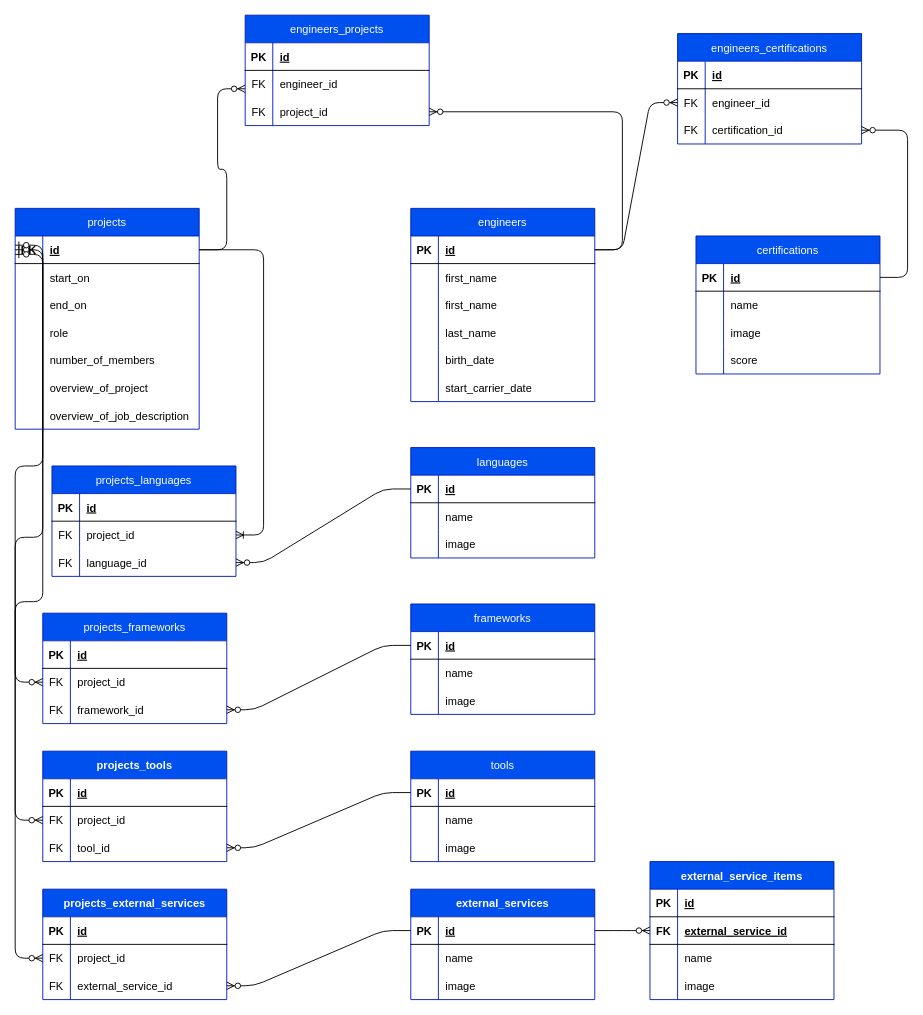
Above: tabels.dio in hiroki1216/engnr_prof_app (draw.io), before the change. Source tidied: cells renumbered, new cells numbered last; positions are measured from the earlier drawing's top-left corner, leaving out a move shared by most shapes. Both pictures are drawn from the tidied source at 92%, with x=0, y=0 at pixel (15, 15).
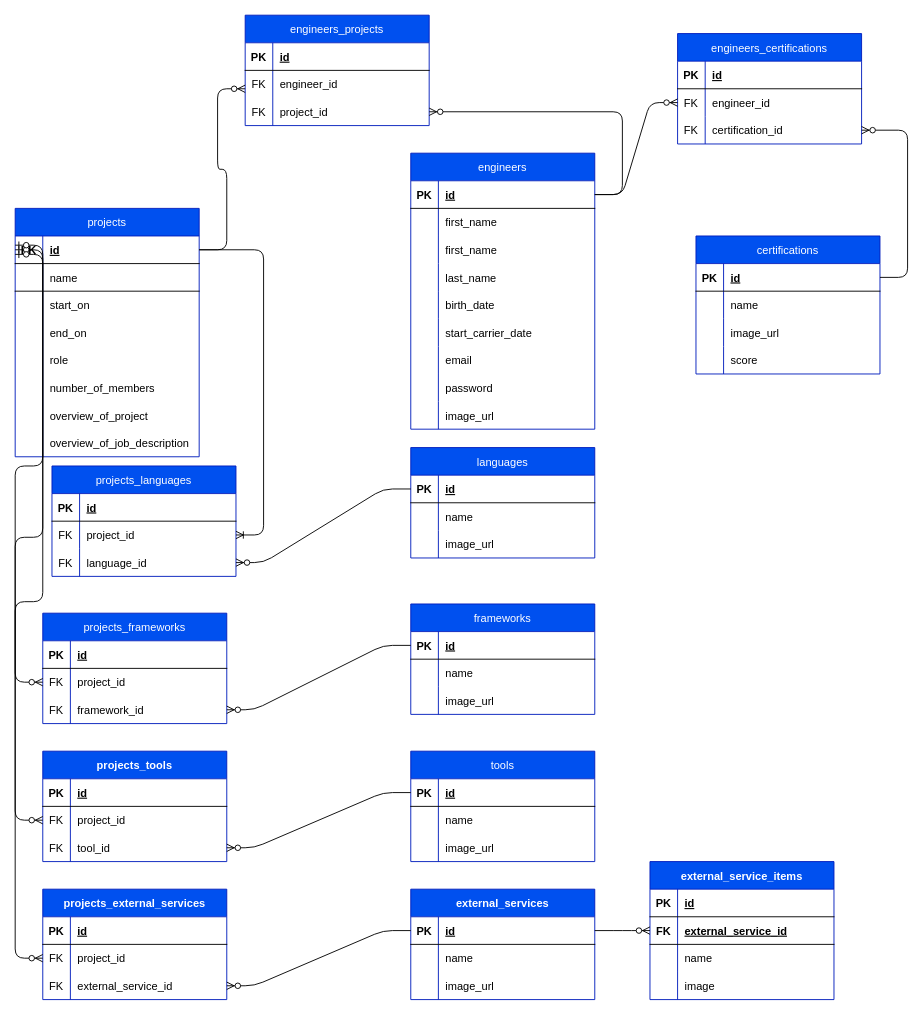
Above is the later version.

Unchanged cells that the change refers to:
```xml
<mxCell id="62" style="shape=tableRow;horizontal=0;startSize=0;swimlaneHead=0;swimlaneBody=0;fillColor=none;top=0;left=0;right=0;bottom=0;" parent="55" vertex="1">
  <mxGeometry y="90" width="200" height="30" as="geometry" />
</mxCell>
<mxCell id="72" style="shape=tableRow;horizontal=0;startSize=0;swimlaneHead=0;swimlaneBody=0;fillColor=none;top=0;left=0;right=0;bottom=0;" parent="65" vertex="1">
  <mxGeometry y="90" width="200" height="30" as="geometry" />
</mxCell>
<mxCell id="82" style="shape=tableRow;horizontal=0;startSize=0;swimlaneHead=0;swimlaneBody=0;fillColor=none;top=0;left=0;right=0;bottom=0;" parent="75" vertex="1">
  <mxGeometry y="90" width="200" height="30" as="geometry" />
</mxCell>
<mxCell id="92" style="shape=tableRow;horizontal=0;startSize=0;swimlaneHead=0;swimlaneBody=0;fillColor=none;top=0;left=0;right=0;bottom=0;" parent="85" vertex="1">
  <mxGeometry y="90" width="200" height="30" as="geometry" />
</mxCell>
<mxCell id="102" style="shape=tableRow;horizontal=0;startSize=0;swimlaneHead=0;swimlaneBody=0;fillColor=none;top=0;left=0;right=0;bottom=0;" parent="95" vertex="1">
  <mxGeometry y="90" width="200" height="30" as="geometry" />
</mxCell>
```

The edit, as a diff of the source:
```diff
@@
     <mxCell id="2" value="projects" style="shape=table;startSize=30;childLayout=tableLayout;rowLines=0;fontStyle=0;align=center;fillColor=#0050ef;fontColor=#FFFFFF;strokeColor=#001DBC;swimlaneFillColor=#FFFFFF;labelBackgroundColor=none;labelBorderColor=none;" parent="1" vertex="1">
-      <mxGeometry y="210" width="200" height="240" as="geometry" />
+      <mxGeometry y="210" width="200" height="270" as="geometry" />
     </mxCell>
@@
+    <mxCell id="182" style="shape=tableRow;horizontal=0;startSize=0;swimlaneHead=0;swimlaneBody=0;fillColor=none;top=0;left=0;right=0;bottom=1;" parent="2" vertex="1">
+      <mxGeometry y="60" width="200" height="30" as="geometry" />
+    </mxCell>
+    <mxCell id="183" style="shape=partialRectangle;fillColor=none;top=0;left=0;bottom=0;right=0;fontStyle=1;overflow=hidden;fontColor=#000000;" parent="182" vertex="1">
+      <mxGeometry width="30" height="30" as="geometry" />
+    </mxCell>
+    <mxCell id="184" value="name" style="shape=partialRectangle;fillColor=none;top=0;left=0;bottom=0;right=0;align=left;spacingLeft=6;fontStyle=0;overflow=hidden;fontColor=#000000;" parent="182" vertex="1">
+      <mxGeometry x="30" width="170" height="30" as="geometry" />
+    </mxCell>
     <mxCell id="6" style="shape=tableRow;horizontal=0;startSize=0;swimlaneHead=0;swimlaneBody=0;fillColor=none;top=0;left=0;right=0;bottom=0;" parent="2" vertex="1">
-      <mxGeometry y="60" width="200" height="30" as="geometry" />
+      <mxGeometry y="90" width="200" height="30" as="geometry" />
     </mxCell>
@@
     <mxCell id="9" style="shape=tableRow;horizontal=0;startSize=0;swimlaneHead=0;swimlaneBody=0;fillColor=none;top=0;left=0;right=0;bottom=0;" parent="2" vertex="1">
-      <mxGeometry y="90" width="200" height="30" as="geometry" />
+      <mxGeometry y="120" width="200" height="30" as="geometry" />
     </mxCell>
@@
     <mxCell id="12" style="shape=tableRow;horizontal=0;startSize=0;swimlaneHead=0;swimlaneBody=0;fillColor=none;top=0;left=0;right=0;bottom=0;" parent="2" vertex="1">
-      <mxGeometry y="120" width="200" height="30" as="geometry" />
+      <mxGeometry y="150" width="200" height="30" as="geometry" />
     </mxCell>
@@
     <mxCell id="15" style="shape=tableRow;horizontal=0;startSize=0;swimlaneHead=0;swimlaneBody=0;fillColor=none;top=0;left=0;right=0;bottom=0;" parent="2" vertex="1">
-      <mxGeometry y="150" width="200" height="30" as="geometry" />
+      <mxGeometry y="180" width="200" height="30" as="geometry" />
     </mxCell>
@@
     <mxCell id="18" style="shape=tableRow;horizontal=0;startSize=0;swimlaneHead=0;swimlaneBody=0;fillColor=none;top=0;left=0;right=0;bottom=0;" parent="2" vertex="1">
-      <mxGeometry y="180" width="200" height="30" as="geometry" />
+      <mxGeometry y="210" width="200" height="30" as="geometry" />
     </mxCell>
@@
     <mxCell id="21" style="shape=tableRow;horizontal=0;startSize=0;swimlaneHead=0;swimlaneBody=0;fillColor=none;top=0;left=0;right=0;bottom=0;" parent="2" vertex="1">
-      <mxGeometry y="210" width="200" height="30" as="geometry" />
+      <mxGeometry y="240" width="200" height="30" as="geometry" />
     </mxCell>
@@
     <mxCell id="24" value="engineers" style="shape=table;startSize=30;childLayout=tableLayout;rowLines=0;fontStyle=0;align=center;fillColor=#0050ef;fontColor=#FFFFFF;strokeColor=#001DBC;swimlaneFillColor=#FFFFFF;labelBackgroundColor=none;labelBorderColor=none;" parent="1" vertex="1">
-      <mxGeometry x="430" y="210" width="200" height="210" as="geometry" />
+      <mxGeometry x="430" y="150" width="200" height="300" as="geometry" />
     </mxCell>
@@
+    <mxCell id="185" style="shape=tableRow;horizontal=0;startSize=0;swimlaneHead=0;swimlaneBody=0;fillColor=none;top=0;left=0;right=0;bottom=0;" parent="24" vertex="1">
+      <mxGeometry y="210" width="200" height="30" as="geometry" />
+    </mxCell>
+    <mxCell id="186" style="shape=partialRectangle;fillColor=none;top=0;left=0;bottom=0;right=0;overflow=hidden;" parent="185" vertex="1">
+      <mxGeometry width="30" height="30" as="geometry" />
+    </mxCell>
+    <mxCell id="187" value="email" style="shape=partialRectangle;fillColor=none;top=0;left=0;bottom=0;right=0;align=left;spacingLeft=6;overflow=hidden;fontColor=#000000;" parent="185" vertex="1">
+      <mxGeometry x="30" width="170" height="30" as="geometry" />
+    </mxCell>
+    <mxCell id="188" style="shape=tableRow;horizontal=0;startSize=0;swimlaneHead=0;swimlaneBody=0;fillColor=none;top=0;left=0;right=0;bottom=0;" parent="24" vertex="1">
+      <mxGeometry y="240" width="200" height="30" as="geometry" />
+    </mxCell>
+    <mxCell id="189" style="shape=partialRectangle;fillColor=none;top=0;left=0;bottom=0;right=0;overflow=hidden;" parent="188" vertex="1">
+      <mxGeometry width="30" height="30" as="geometry" />
+    </mxCell>
+    <mxCell id="190" value="password" style="shape=partialRectangle;fillColor=none;top=0;left=0;bottom=0;right=0;align=left;spacingLeft=6;overflow=hidden;fontColor=#000000;" parent="188" vertex="1">
+      <mxGeometry x="30" width="170" height="30" as="geometry" />
+    </mxCell>
+    <mxCell id="191" style="shape=tableRow;horizontal=0;startSize=0;swimlaneHead=0;swimlaneBody=0;fillColor=none;top=0;left=0;right=0;bottom=0;" parent="24" vertex="1">
+      <mxGeometry y="270" width="200" height="30" as="geometry" />
+    </mxCell>
+    <mxCell id="192" style="shape=partialRectangle;fillColor=none;top=0;left=0;bottom=0;right=0;overflow=hidden;" parent="191" vertex="1">
+      <mxGeometry width="30" height="30" as="geometry" />
+    </mxCell>
+    <mxCell id="193" value="image_url" style="shape=partialRectangle;fillColor=none;top=0;left=0;bottom=0;right=0;align=left;spacingLeft=6;overflow=hidden;fontColor=#000000;" parent="191" vertex="1">
+      <mxGeometry x="30" width="170" height="30" as="geometry" />
+    </mxCell>
@@
-    <mxCell id="64" value="image" style="shape=partialRectangle;fillColor=none;top=0;left=0;bottom=0;right=0;align=left;spacingLeft=6;overflow=hidden;fontColor=#000000;" parent="62" vertex="1">
+    <mxCell id="64" value="image_url" style="shape=partialRectangle;fillColor=none;top=0;left=0;bottom=0;right=0;align=left;spacingLeft=6;overflow=hidden;fontColor=#000000;" parent="62" vertex="1">
       <mxGeometry x="30" width="170" height="30" as="geometry" />
     </mxCell>
@@
-    <mxCell id="74" value="image" style="shape=partialRectangle;fillColor=none;top=0;left=0;bottom=0;right=0;align=left;spacingLeft=6;overflow=hidden;fontColor=#000000;" parent="72" vertex="1">
+    <mxCell id="74" value="image_url" style="shape=partialRectangle;fillColor=none;top=0;left=0;bottom=0;right=0;align=left;spacingLeft=6;overflow=hidden;fontColor=#000000;" parent="72" vertex="1">
       <mxGeometry x="30" width="170" height="30" as="geometry" />
     </mxCell>
@@
-    <mxCell id="84" value="image" style="shape=partialRectangle;fillColor=none;top=0;left=0;bottom=0;right=0;align=left;spacingLeft=6;overflow=hidden;fontColor=#000000;" parent="82" vertex="1">
+    <mxCell id="84" value="image_url" style="shape=partialRectangle;fillColor=none;top=0;left=0;bottom=0;right=0;align=left;spacingLeft=6;overflow=hidden;fontColor=#000000;" parent="82" vertex="1">
       <mxGeometry x="30" width="170" height="30" as="geometry" />
     </mxCell>
@@
-    <mxCell id="94" value="image" style="shape=partialRectangle;fillColor=none;top=0;left=0;bottom=0;right=0;align=left;spacingLeft=6;overflow=hidden;fontColor=#000000;" parent="92" vertex="1">
+    <mxCell id="94" value="image_url" style="shape=partialRectangle;fillColor=none;top=0;left=0;bottom=0;right=0;align=left;spacingLeft=6;overflow=hidden;fontColor=#000000;" parent="92" vertex="1">
       <mxGeometry x="30" width="170" height="30" as="geometry" />
     </mxCell>
@@
-    <mxCell id="104" value="image" style="shape=partialRectangle;fillColor=none;top=0;left=0;bottom=0;right=0;align=left;spacingLeft=6;overflow=hidden;fontColor=#000000;" parent="102" vertex="1">
+    <mxCell id="104" value="image_url" style="shape=partialRectangle;fillColor=none;top=0;left=0;bottom=0;right=0;align=left;spacingLeft=6;overflow=hidden;fontColor=#000000;" parent="102" vertex="1">
       <mxGeometry x="30" width="170" height="30" as="geometry" />
     </mxCell>
```
